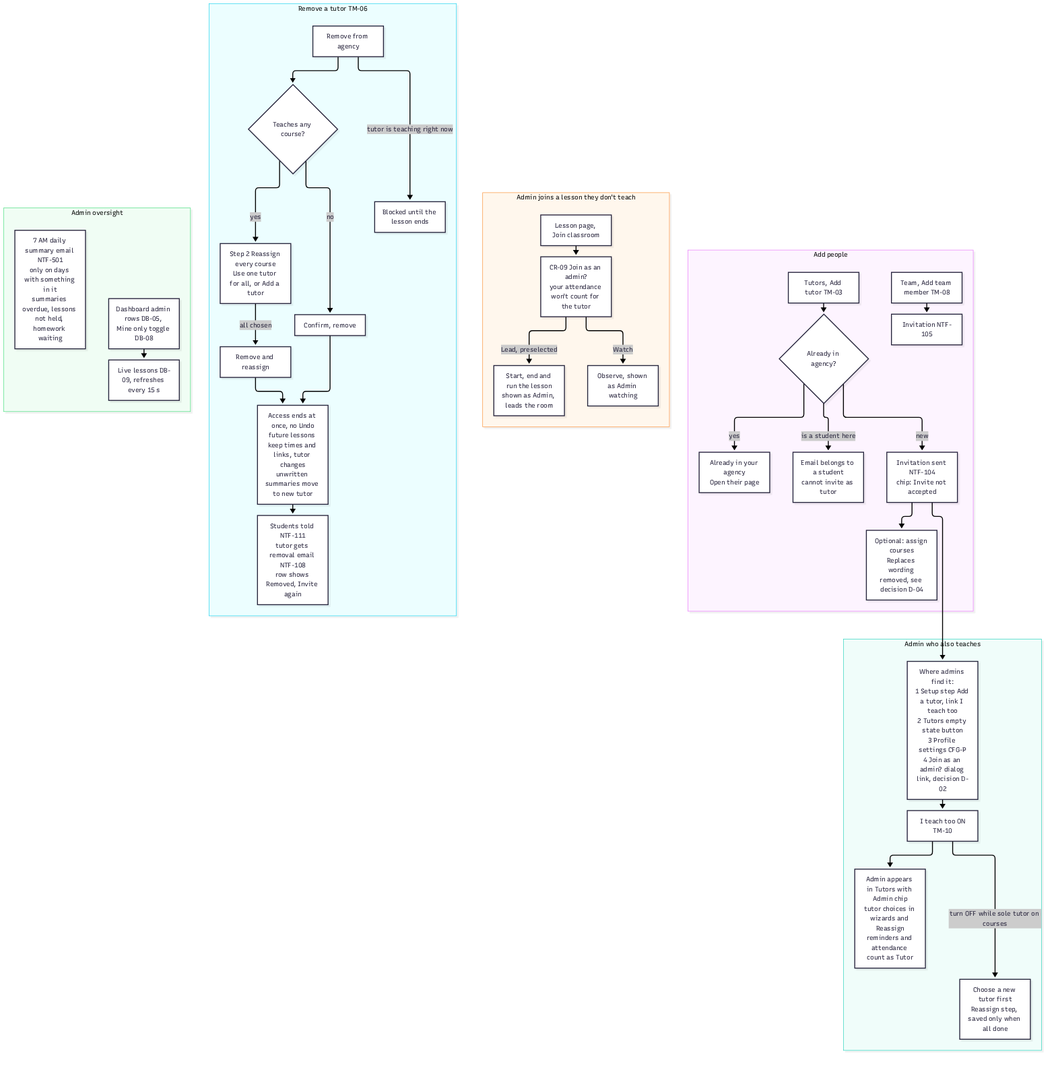
The Mermaid diagram docs/design/user-flows/diagrams/11-admin-team.png in KingUsang/Kanvise, before a commit. Its source is kept beside it as docs/design/user-flows/diagrams/src/11-admin-team.mmd. Its diagram source:
```mermaid
flowchart TD
  subgraph ADD["Add people"]
    A1["Tutors, Add tutor TM-03"] --> A2{"Already in agency?"}
    A2 -->|"yes"| A3["Already in your agency<br/>Open their page"]
    A2 -->|"is a student here"| A4["Email belongs to a student<br/>cannot invite as tutor"]
    A2 -->|"new"| A5["Invitation sent NTF-104<br/>chip: Invite not accepted"]
    A5 --> A6["Optional: assign courses<br/>Replaces wording removed, see decision D-04"]
    B1["Team, Add team member TM-08"] --> B2["Invitation NTF-105"]
  end
  subgraph TEACH["Admin who also teaches"]
    C1["Where admins find it:<br/>1 Setup step Add a tutor, link I teach too<br/>2 Tutors empty state button<br/>3 Profile settings CFG-P<br/>4 Join as an admin? dialog link, decision D-02"] --> C2["I teach too ON<br/>TM-10"]
    C2 --> C3["Admin appears in Tutors with Admin chip<br/>tutor choices in wizards and Reassign<br/>reminders and attendance count as Tutor"]
    C2 -->|"turn OFF while sole tutor on courses"| C4["Choose a new tutor first<br/>Reassign step, saved only when all done"]
  end
  subgraph LEAD["Admin joins a lesson they don't teach"]
    D1["Lesson page, Join classroom"] --> D2["CR-09 Join as an admin?<br/>your attendance won't count for the tutor"]
    D2 -->|"Lead, preselected"| D3["Start, end and run the lesson<br/>shown as Admin, leads the room"]
    D2 -->|"Watch"| D4["Observe, shown as Admin watching"]
  end
  subgraph REMOVE["Remove a tutor TM-06"]
    E1["Remove from agency"] --> E2{"Teaches any course?"}
    E2 -->|"no"| E3["Confirm, remove"]
    E2 -->|"yes"| E4["Step 2 Reassign every course<br/>Use one tutor for all, or Add a tutor"]
    E4 -->|"all chosen"| E5["Remove and reassign"]
    E1 -->|"tutor is teaching right now"| E6["Blocked until the lesson ends"]
    E3 --> E7["Access ends at once, no Undo<br/>future lessons keep times and links, tutor changes<br/>unwritten summaries move to new tutor"]
    E5 --> E7
    E7 --> E8["Students told NTF-111<br/>tutor gets removal email NTF-108<br/>row shows Removed, Invite again"]
  end
  subgraph DAILY["Admin oversight"]
    F1["Dashboard admin rows DB-05, Mine only toggle DB-08"] --> F2["Live lessons DB-09, refreshes every 15 s"]
    F3["7 AM daily summary email NTF-501<br/>only on days with something in it<br/>summaries overdue, lessons not held, homework waiting"]
  end
  A5 --> C1
```
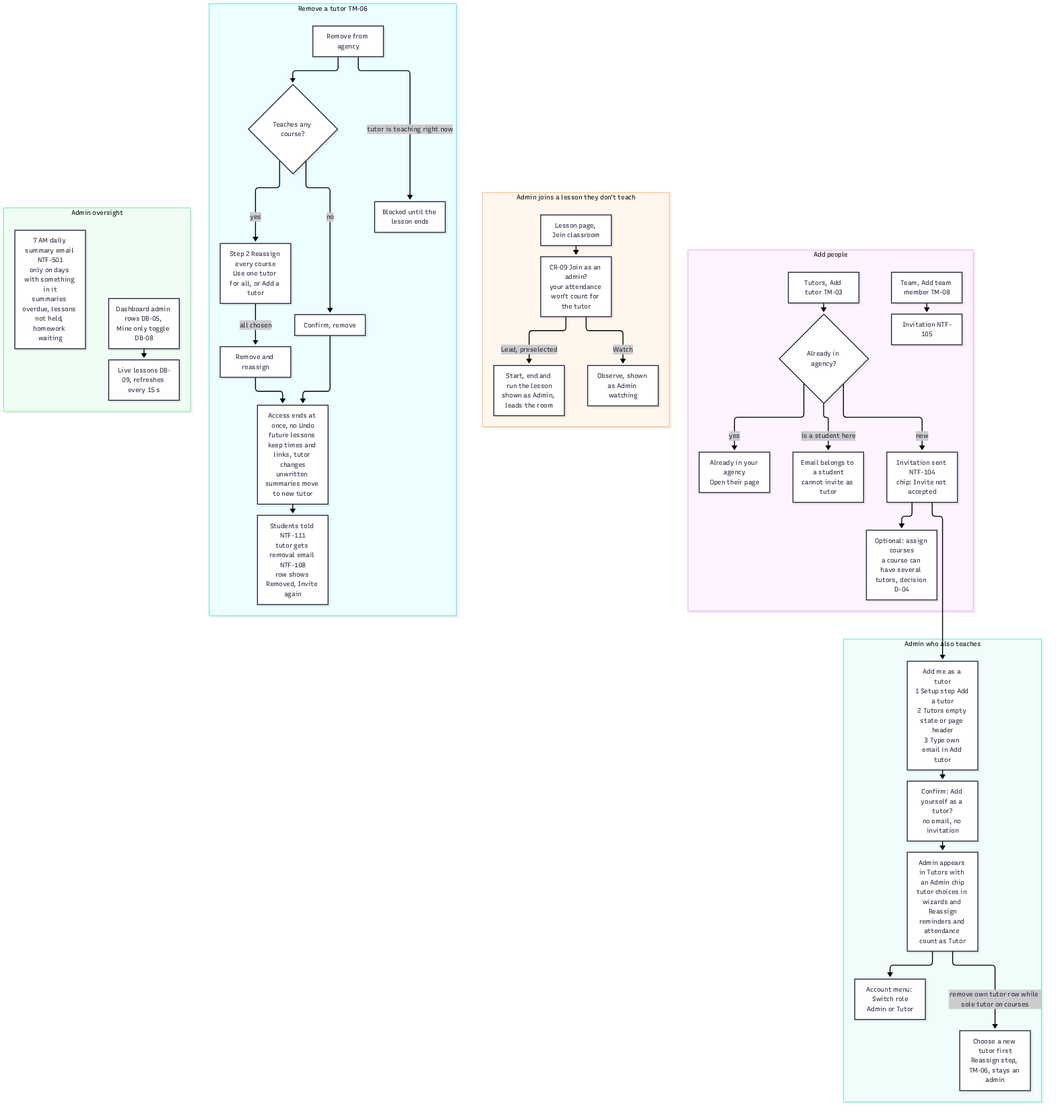
After the commit.

What changed in the source:
```diff
@@ -4,13 +4,14 @@
     A2 -->|"yes"| A3["Already in your agency<br/>Open their page"]
     A2 -->|"is a student here"| A4["Email belongs to a student<br/>cannot invite as tutor"]
     A2 -->|"new"| A5["Invitation sent NTF-104<br/>chip: Invite not accepted"]
-    A5 --> A6["Optional: assign courses<br/>Replaces wording removed, see decision D-04"]
+    A5 --> A6["Optional: assign courses<br/>a course can have several tutors, decision D-04"]
     B1["Team, Add team member TM-08"] --> B2["Invitation NTF-105"]
   end
   subgraph TEACH["Admin who also teaches"]
-    C1["Where admins find it:<br/>1 Setup step Add a tutor, link I teach too<br/>2 Tutors empty state button<br/>3 Profile settings CFG-P<br/>4 Join as an admin? dialog link, decision D-02"] --> C2["I teach too ON<br/>TM-10"]
-    C2 --> C3["Admin appears in Tutors with Admin chip<br/>tutor choices in wizards and Reassign<br/>reminders and attendance count as Tutor"]
-    C2 -->|"turn OFF while sole tutor on courses"| C4["Choose a new tutor first<br/>Reassign step, saved only when all done"]
+    C1["Add me as a tutor<br/>1 Setup step Add a tutor<br/>2 Tutors empty state or page header<br/>3 Type own email in Add tutor"] --> C2["Confirm: Add yourself as a tutor?<br/>no email, no invitation"]
+    C2 --> C3["Admin appears in Tutors with an Admin chip<br/>tutor choices in wizards and Reassign<br/>reminders and attendance count as Tutor"]
+    C3 --> C4["Account menu: Switch role<br/>Admin or Tutor"]
+    C3 -->|"remove own tutor row while sole tutor on courses"| C5["Choose a new tutor first<br/>Reassign step, TM-06, stays an admin"]
   end
   subgraph LEAD["Admin joins a lesson they don't teach"]
     D1["Lesson page, Join classroom"] --> D2["CR-09 Join as an admin?<br/>your attendance won't count for the tutor"]
```
